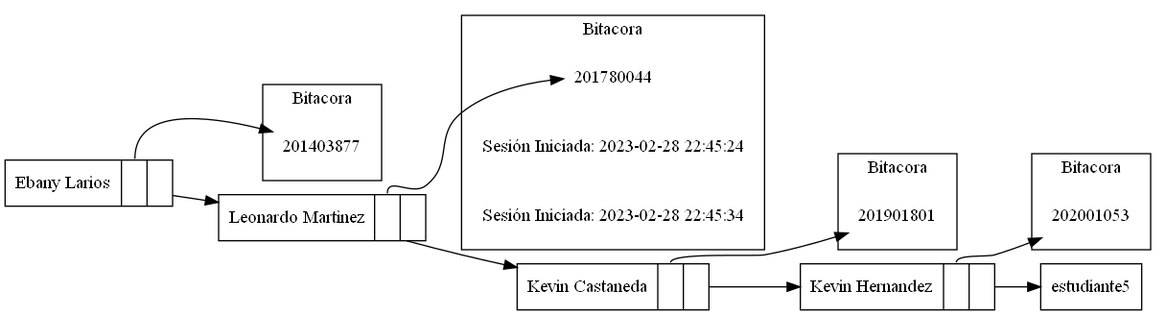
Above: EDD_Proyecto1_Fase1/lista.png in Joshua0926/EDD_1S2023_PY_202110773 (Graphviz), before the change. Its source is kept beside it as EDD_Proyecto1_Fase1/lista.dot.
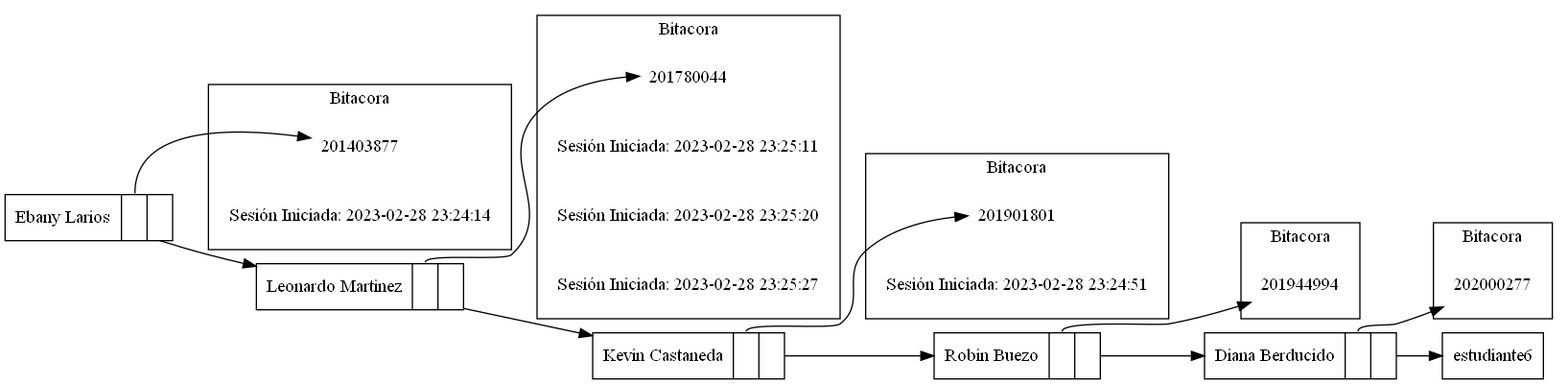
After the change.

The edit, as a diff of the source:
```diff
@@ -5,34 +5,45 @@
 node [shape=plaintext];
 label = "Bitacora";
 "201403877";
+"Sesión Iniciada: 2023-02-28 23:24:14";
  }
 subgraph cluster_notas1 {
 node [shape=plaintext];
 label = "Bitacora";
 "201780044";
-"Sesión Iniciada: 2023-02-28 22:45:24";
-"Sesión Iniciada: 2023-02-28 22:45:34";
+"Sesión Iniciada: 2023-02-28 23:25:11";
+"Sesión Iniciada: 2023-02-28 23:25:20";
+"Sesión Iniciada: 2023-02-28 23:25:27";
  }
 subgraph cluster_notas2 {
 node [shape=plaintext];
 label = "Bitacora";
 "201901801";
+"Sesión Iniciada: 2023-02-28 23:24:51";
  }
 subgraph cluster_notas3 {
 node [shape=plaintext];
 label = "Bitacora";
-"202001053";
+"201944994";
+ }
+subgraph cluster_notas4 {
+node [shape=plaintext];
+label = "Bitacora";
+"202000277";
  }
 estudiante1 [label="{Ebany Larios|<notas> |<siguiente> }"];
 estudiante2 [label="{Leonardo Martinez|<notas> |<siguiente> }"];
 estudiante3 [label="{Kevin Castaneda|<notas> |<siguiente> }"];
-estudiante4 [label="{Kevin Hernandez|<notas> |<siguiente> }"];
+estudiante4 [label="{Robin Buezo|<notas> |<siguiente> }"];
+estudiante5 [label="{Diana Berducido|<notas> |<siguiente> }"];
 estudiante1 -> estudiante2;
 estudiante2 -> estudiante3;
 estudiante3 -> estudiante4;
 estudiante4 -> estudiante5;
+estudiante5 -> estudiante6;
 estudiante1:notas -> 201403877;
 estudiante2:notas -> 201780044;
 estudiante3:notas -> 201901801;
-estudiante4:notas -> 202001053;
+estudiante4:notas -> 201944994;
+estudiante5:notas -> 202000277;
 }
```
